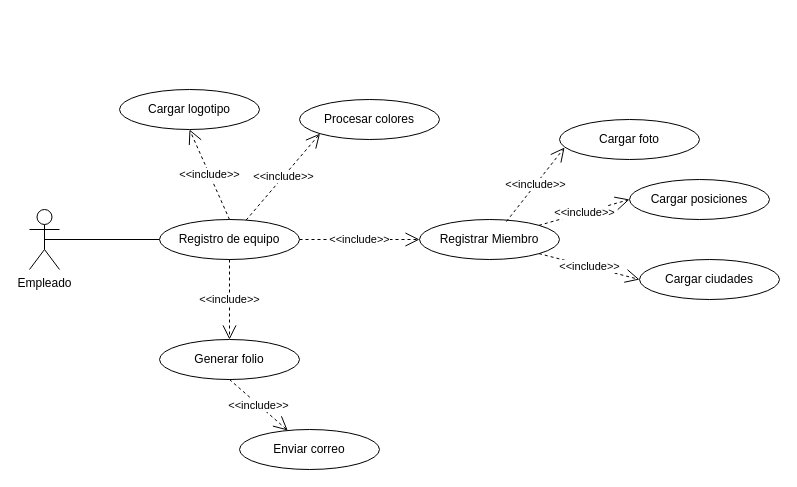
Before: Diagramas/Inventario/Back-end/ComponentesR1.drawio in JorgeADnro/Torres, a draw.io diagram. Source tidied: cells renumbered, new cells numbered last; positions are measured from the earlier drawing's top-left corner, leaving out a move shared by most shapes. Both pictures are drawn from the tidied source at 100%, with x=0, y=0 at pixel (29, 89).
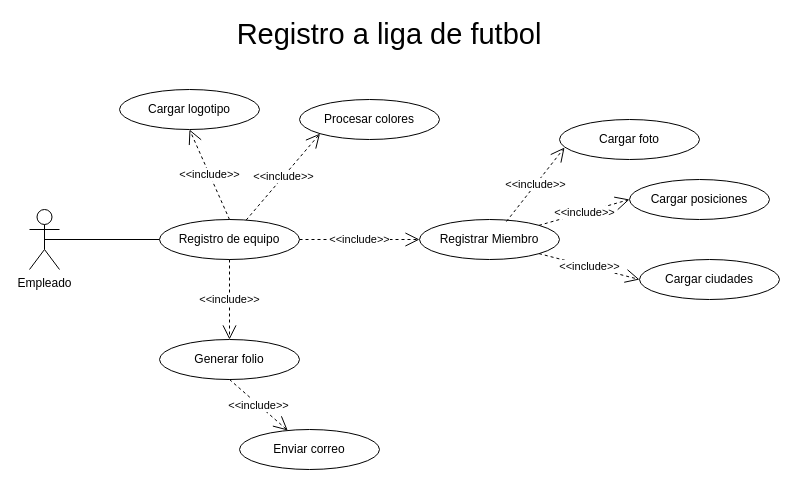
The same diagram, later.

The edit, as a diff of the source:
```diff
@@
+    <mxCell id="21" value="&lt;font style=&quot;font-size: 29px;&quot;&gt;Registro a liga de futbol&lt;/font&gt;" style="text;html=1;strokeColor=none;fillColor=none;align=center;verticalAlign=middle;whiteSpace=wrap;rounded=0;" parent="1" vertex="1">
+      <mxGeometry x="190" y="-70" width="340" height="30" as="geometry" />
+    </mxCell>
```
